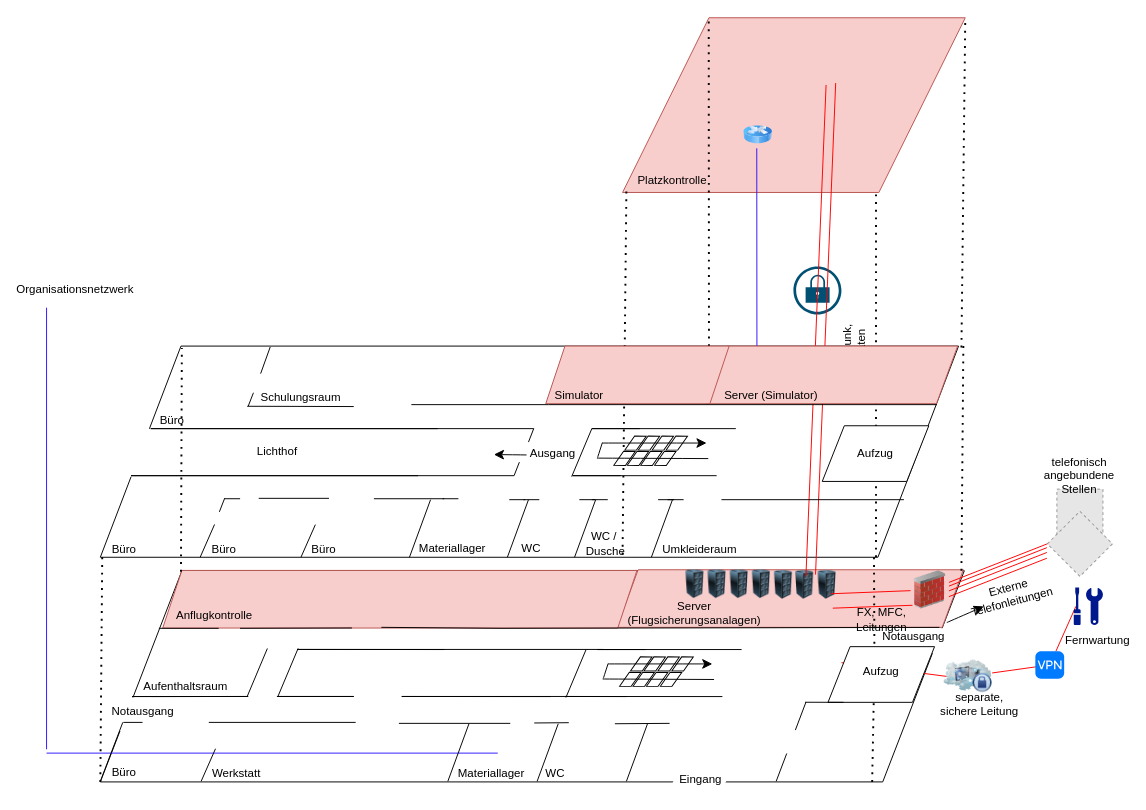
Before: Physische Netzwerktopologie.drawio in meetSeb/Computer-Network, a draw.io diagram. Source tidied: cells renumbered, new cells numbered last; positions are measured from the earlier drawing's top-left corner, leaving out a move shared by most shapes. Both pictures are drawn from the tidied source at 96%, with x=0, y=0 at pixel (46, 17). Pictures stored in the file or linked from it are replaced by grey dashed boxes.
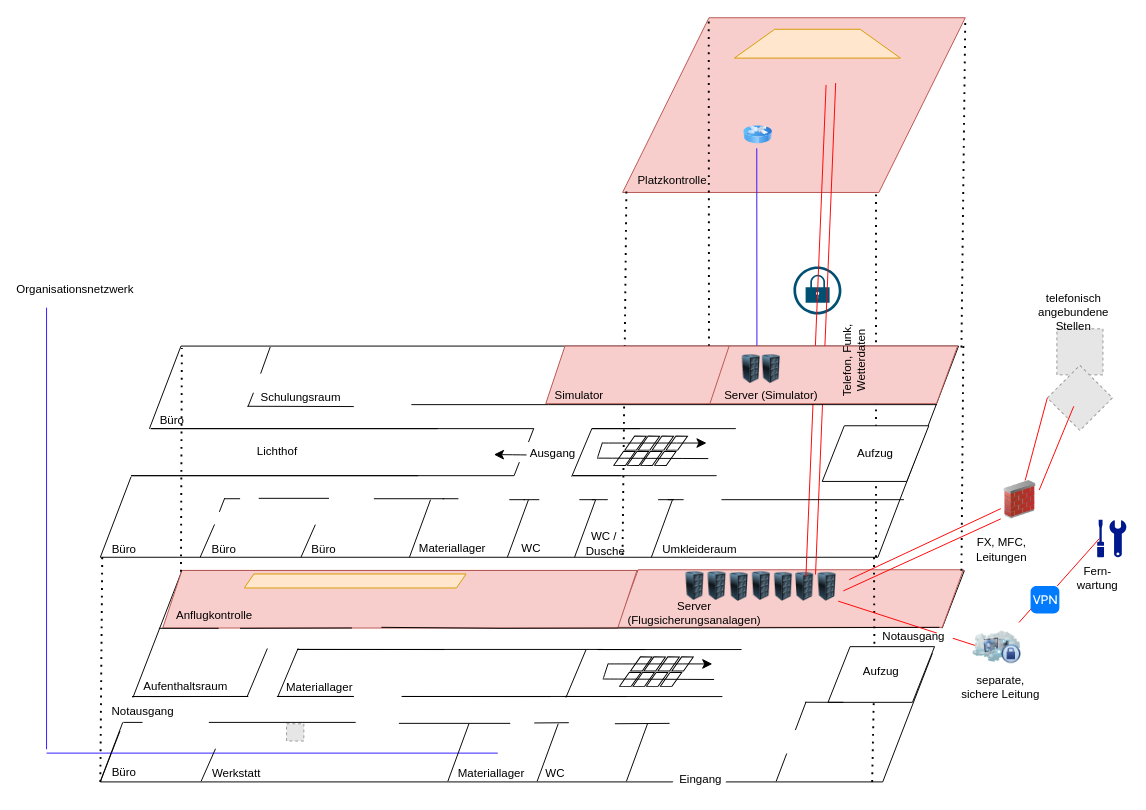
After the change.

The change refers to these unchanged cells:
```xml
<mxCell id="4" style="group;" parent="1" vertex="1">
  <mxGeometry x="111" y="575" width="854" height="77" as="geometry" />
</mxCell>
<mxCell id="111" style="group;" parent="1" vertex="1">
  <mxGeometry x="209" y="342" width="740" height="69" as="geometry" />
</mxCell>
<mxCell id="120" style="group;" parent="1" vertex="1">
  <mxGeometry x="89" y="655.1" width="836" height="58" as="geometry" />
</mxCell>
<mxCell id="144" style="group;" parent="1" vertex="1">
  <mxGeometry x="56" y="734" width="733.1" height="68" as="geometry" />
</mxCell>
<mxCell id="173" value="Notausgang" style="text;strokeColor=none;align=center;fillColor=none;html=1;verticalAlign=middle;whiteSpace=wrap;rounded=0;" parent="1" vertex="1">
  <mxGeometry x="863" y="630" width="81" height="30" as="geometry" />
</mxCell>
```

Change to the diagram source:
```diff
@@
     <mxCell id="9" style="image;html=1;image=img/lib/clip_art/computers/Server_Rack_128x128.png;" parent="4" vertex="1">
-      <mxGeometry x="541.3" width="46.2" height="30" as="geometry" />
+      <mxGeometry x="541.3" y="2" width="46.2" height="30" as="geometry" />
     </mxCell>
     <mxCell id="10" style="image;html=1;image=img/lib/clip_art/computers/Server_Rack_128x128.png;" parent="4" vertex="1">
-      <mxGeometry x="610.5" width="46.2" height="30" as="geometry" />
+      <mxGeometry x="610.5" y="2" width="46.2" height="30" as="geometry" />
     </mxCell>
     <mxCell id="11" style="image;html=1;image=img/lib/clip_art/computers/Server_Rack_128x128.png;" parent="4" vertex="1">
-      <mxGeometry x="564.3" width="46.2" height="30" as="geometry" />
+      <mxGeometry x="564.3" y="2" width="46.2" height="30" as="geometry" />
     </mxCell>
     <mxCell id="12" style="image;html=1;image=img/lib/clip_art/computers/Server_Rack_128x128.png;" parent="4" vertex="1">
-      <mxGeometry x="587.4" width="46.2" height="30" as="geometry" />
+      <mxGeometry x="587.4" y="3" width="46.2" height="30" as="geometry" />
     </mxCell>
     <mxCell id="13" style="image;html=1;image=img/lib/clip_art/computers/Server_Rack_128x128.png;" parent="4" vertex="1">
-      <mxGeometry x="679" y="0.7" width="46.2" height="30" as="geometry" />
+      <mxGeometry x="679" y="2.7" width="46.2" height="30" as="geometry" />
     </mxCell>
@@
     <mxCell id="16" style="image;html=1;image=img/lib/clip_art/computers/Server_Rack_128x128.png;" parent="4" vertex="1">
-      <mxGeometry x="636.6" y="0.7" width="40" height="30" as="geometry" />
+      <mxGeometry x="636.6" y="2.7" width="40" height="30" as="geometry" />
     </mxCell>
     <mxCell id="17" style="image;html=1;image=img/lib/clip_art/computers/Server_Rack_128x128.png;" parent="4" vertex="1">
-      <mxGeometry x="658.7" y="0.7" width="40" height="30" as="geometry" />
+      <mxGeometry x="658.7" y="2.7" width="40" height="30" as="geometry" />
     </mxCell>
+    <mxCell id="178" style="shape=parallelogram;perimeter=parallelogramPerimeter;whiteSpace=wrap;html=1;fixedSize=1;size=10;fillColor=#ffe6cc;strokeColor=#d79b00;" parent="4" vertex="1">
+      <mxGeometry x="95" y="4.4" width="231" height="14.6" as="geometry" />
+    </mxCell>
+    <mxCell id="47" style="endArrow=none;html=1;rounded=0;strokeColor=#FF0000;exitX=0;exitY=1;exitDx=0;exitDy=0;" parent="4" edge="1" source="41">
+      <mxGeometry relative="1" as="geometry">
+        <mxPoint x="719" y="22" as="targetPoint" />
+      </mxGeometry>
+    </mxCell>
@@
     <mxCell id="35" style="html=1;strokeWidth=1;shadow=0;dashed=0;shape=mxgraph.ios7.misc.vpn;fillColor=#007AFF;strokeColor=none;buttonText=;strokeColor2=#222222;fontColor=#222222;fontSize=8;verticalLabelPosition=bottom;verticalAlign=top;align=center;sketch=0;" parent="1" vertex="1">
-      <mxGeometry x="1030" y="660" width="30" height="28.5" as="geometry" />
+      <mxGeometry x="1025" y="592" width="30" height="28.5" as="geometry" />
     </mxCell>
     <mxCell id="36" style="sketch=0;shadow=0;dashed=0;html=1;strokeColor=none;labelPosition=center;verticalLabelPosition=bottom;verticalAlign=top;align=center;fillColor=#00188D;shape=mxgraph.mscae.enterprise.maintenance;" parent="1" vertex="1">
-      <mxGeometry x="1070" y="593.5" width="30.4" height="39" as="geometry" />
+      <mxGeometry x="1094.4" y="523" width="30.4" height="39" as="geometry" />
     </mxCell>
     <mxCell id="37" style="fillColor=#E6E6E6;strokeColor=#999999;dashed=1;verticalLabelPosition=bottom;verticalAlign=top;" parent="1" vertex="1">
-      <mxGeometry x="1052.4" y="491" width="48" height="48" as="geometry" />
+      <mxGeometry x="1052.4" y="324" width="48" height="48" as="geometry" />
     </mxCell>
     <mxCell id="38" style="fillColor=#E6E6E6;strokeColor=#999999;dashed=1;verticalLabelPosition=bottom;verticalAlign=top;rotation=45;" parent="1" vertex="1">
-      <mxGeometry x="1052.4" y="524" width="48" height="48" as="geometry" />
+      <mxGeometry x="1052.4" y="372" width="48" height="48" as="geometry" />
     </mxCell>
-    <mxCell id="39" style="endArrow=none;html=1;rounded=0;strokeColor=#FF0000;" parent="1" edge="1" source="41">
-      <mxGeometry relative="1" as="geometry">
-        <mxPoint x="817" y="600" as="targetPoint" />
-      </mxGeometry>
+    <mxCell id="39" style="endArrow=none;html=1;rounded=0;strokeColor=#FF0000;entryX=1;entryY=0.25;entryDx=0;entryDy=0;" parent="1" edge="1" source="41" target="13">
+      <mxGeometry relative="1" as="geometry" />
     </mxCell>
@@
     <mxCell id="41" style="image;html=1;image=img/lib/clip_art/networking/Firewall_02_128x128.png;" parent="1" vertex="1">
-      <mxGeometry x="900" y="576" width="40" height="40" as="geometry" />
+      <mxGeometry x="994" y="482" width="40" height="40" as="geometry" />
     </mxCell>
-    <mxCell id="42" style="endArrow=none;html=1;rounded=0;strokeColor=#FF0000;entryX=0.271;entryY=0.529;entryDx=0;entryDy=0;entryPerimeter=0;" parent="1" edge="1" target="43">
-      <mxGeometry relative="1" as="geometry">
-        <mxPoint x="828" y="671.8" as="sourcePoint" />
-      </mxGeometry>
+    <mxCell id="42" style="endArrow=none;html=1;rounded=0;strokeColor=#FF0000;entryX=0.271;entryY=0.529;entryDx=0;entryDy=0;entryPerimeter=0;exitX=0.75;exitY=1;exitDx=0;exitDy=0;" parent="1" edge="1" source="13" target="43">
+      <mxGeometry relative="1" as="geometry" />
     </mxCell>
     <mxCell id="43" style="image;html=1;image=img/lib/clip_art/networking/Cloud_Computer_Private_128x128.png;" parent="1" vertex="1">
-      <mxGeometry x="935" y="660" width="50" height="52" as="geometry" />
+      <mxGeometry x="965" y="630" width="50" height="52" as="geometry" />
     </mxCell>
     <mxCell id="44" value="separate, sichere Leitung" style="text;strokeColor=none;align=center;fillColor=none;html=1;verticalAlign=middle;whiteSpace=wrap;rounded=0;" parent="1" vertex="1">
-      <mxGeometry x="927" y="700.2" width="90" height="30" as="geometry" />
+      <mxGeometry x="949" y="682" width="90" height="30" as="geometry" />
     </mxCell>
-    <mxCell id="45" value="Fernwartung" style="text;strokeColor=none;align=center;fillColor=none;html=1;verticalAlign=middle;whiteSpace=wrap;rounded=0;" parent="1" vertex="1">
-      <mxGeometry x="1064.8" y="634" width="60" height="30" as="geometry" />
+    <mxCell id="45" value="Fern-wartung" style="text;strokeColor=none;align=center;fillColor=none;html=1;verticalAlign=middle;whiteSpace=wrap;rounded=0;" parent="1" vertex="1">
+      <mxGeometry x="1064.8" y="569" width="60" height="30" as="geometry" />
     </mxCell>
-    <mxCell id="46" value="Externe Telefonleitungen" style="text;strokeColor=none;align=center;fillColor=none;html=1;verticalAlign=middle;whiteSpace=wrap;rounded=0;rotation=-15;" parent="1" vertex="1">
-      <mxGeometry x="974" y="586" width="60" height="30" as="geometry" />
-    </mxCell>
-    <mxCell id="47" style="endArrow=none;html=1;rounded=0;strokeColor=#FF0000;" parent="1" edge="1">
-      <mxGeometry relative="1" as="geometry">
-        <mxPoint x="902" y="612" as="sourcePoint" />
-        <mxPoint x="819" y="615" as="targetPoint" />
-      </mxGeometry>
-    </mxCell>
-    <mxCell id="48" style="endArrow=none;html=1;rounded=0;strokeColor=#FF0000;exitX=0;exitY=1;exitDx=0;exitDy=0;" parent="1" edge="1">
-      <mxGeometry relative="1" as="geometry">
-        <mxPoint x="1042" y="552" as="sourcePoint" />
-        <mxPoint x="940" y="592" as="targetPoint" />
-      </mxGeometry>
-    </mxCell>
-    <mxCell id="49" style="endArrow=none;html=1;rounded=0;strokeColor=#FF0000;exitX=0;exitY=1;exitDx=0;exitDy=0;" parent="1" edge="1">
-      <mxGeometry relative="1" as="geometry">
-        <mxPoint x="1042" y="557" as="sourcePoint" />
-        <mxPoint x="940" y="597" as="targetPoint" />
-      </mxGeometry>
-    </mxCell>
-    <mxCell id="50" style="endArrow=none;html=1;rounded=0;strokeColor=#FF0000;exitX=0;exitY=1;exitDx=0;exitDy=0;" parent="1" edge="1">
+    <mxCell id="50" style="endArrow=none;html=1;rounded=0;strokeColor=#FF0000;exitX=0;exitY=1;exitDx=0;exitDy=0;entryX=1;entryY=0.25;entryDx=0;entryDy=0;" parent="1" edge="1" target="41">
       <mxGeometry relative="1" as="geometry">
-        <mxPoint x="1042" y="563" as="sourcePoint" />
-        <mxPoint x="940" y="603" as="targetPoint" />
+        <mxPoint x="1070" y="404.7" as="sourcePoint" />
       </mxGeometry>
     </mxCell>
     <mxCell id="51" value="FX, MFC, Leitungen" style="text;strokeColor=none;align=center;fillColor=none;html=1;verticalAlign=middle;whiteSpace=wrap;rounded=0;" parent="1" vertex="1">
-      <mxGeometry x="840" y="612" width="60" height="30" as="geometry" />
+      <mxGeometry x="965" y="539" width="60" height="30" as="geometry" />
     </mxCell>
     <mxCell id="52" value="telefonisch angebundene Stellen" style="text;strokeColor=none;align=center;fillColor=none;html=1;verticalAlign=middle;whiteSpace=wrap;rounded=0;" parent="1" vertex="1">
-      <mxGeometry x="1046.4" y="462" width="60" height="30" as="geometry" />
+      <mxGeometry x="1040.4" y="292" width="60" height="30" as="geometry" />
     </mxCell>
@@
-    <mxCell id="56" value="Telefon, Funk, Wetterdaten" style="text;strokeColor=none;align=center;fillColor=none;html=1;verticalAlign=middle;whiteSpace=wrap;rounded=0;rotation=-90;" parent="1" vertex="1">
-      <mxGeometry x="801" y="342" width="80" height="30" as="geometry" />
-    </mxCell>
@@
+    <mxCell id="179" style="image;html=1;image=img/lib/clip_art/computers/Server_Rack_128x128.png;" parent="111" vertex="1">
+      <mxGeometry x="522.9" y="9" width="46.2" height="30" as="geometry" />
+    </mxCell>
+    <mxCell id="180" style="image;html=1;image=img/lib/clip_art/computers/Server_Rack_128x128.png;" parent="111" vertex="1">
+      <mxGeometry x="502" y="9" width="46.2" height="30" as="geometry" />
+    </mxCell>
@@
+    <mxCell id="181" value="Materiallager" style="text;strokeColor=none;align=center;fillColor=none;html=1;verticalAlign=middle;whiteSpace=wrap;rounded=0;rotation=0;" parent="120" vertex="1">
+      <mxGeometry x="150" y="28" width="91" height="30" as="geometry" />
+    </mxCell>
@@
+    <mxCell id="182" style="fillColor=#E6E6E6;strokeColor=#999999;dashed=1;verticalLabelPosition=bottom;verticalAlign=top;" parent="144" vertex="1">
+      <mxGeometry x="194" y="1.4" width="18" height="18" as="geometry" />
+    </mxCell>
@@
-    <mxCell id="172" style="edgeStyle=none;curved=1;rounded=0;jettySize=auto;html=1;fontSize=12;startSize=8;endSize=8;" parent="1" edge="1" source="173" target="46">
-      <mxGeometry relative="1" as="geometry" />
-    </mxCell>
@@
+    <mxCell id="183" style="shape=trapezoid;perimeter=trapezoidPerimeter;whiteSpace=wrap;html=1;fixedSize=1;rotation=0;size=41.929999999999836;fillColor=#ffe6cc;strokeColor=#d79b00;" parent="1" vertex="1">
+      <mxGeometry x="716.5" y="12" width="172.9" height="30" as="geometry" />
+    </mxCell>
+    <mxCell id="56" value="Telefon, Funk, Wetterdaten" style="text;strokeColor=none;align=center;fillColor=none;html=1;verticalAlign=middle;whiteSpace=wrap;rounded=0;rotation=-90;" parent="1" vertex="1">
+      <mxGeometry x="801" y="342" width="80" height="30" as="geometry" />
+    </mxCell>
```
